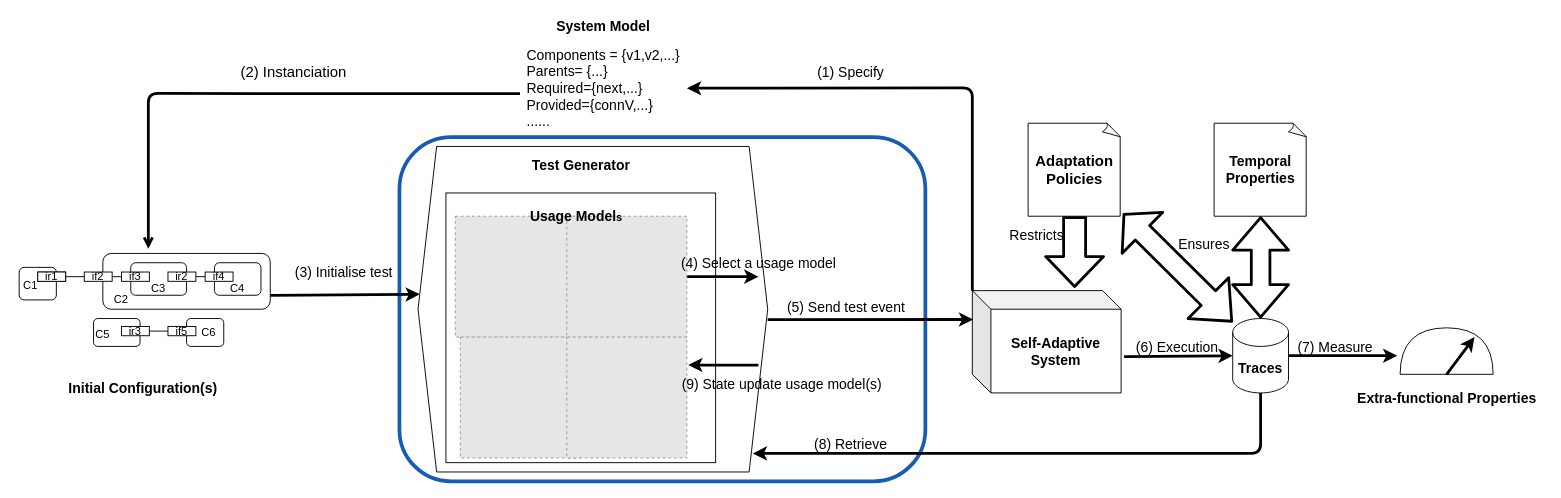
The draw.io diagram processphd.drawio in jpgros/site-web, before the edit. Source tidied: cells renumbered, new cells numbered last; positions are measured from the earlier drawing's top-left corner, leaving out a move shared by most shapes. Both pictures are drawn from the tidied source at 93%, with x=0, y=0 at pixel (15, 16). Pictures stored in the file or linked from it are replaced by grey dashed boxes.
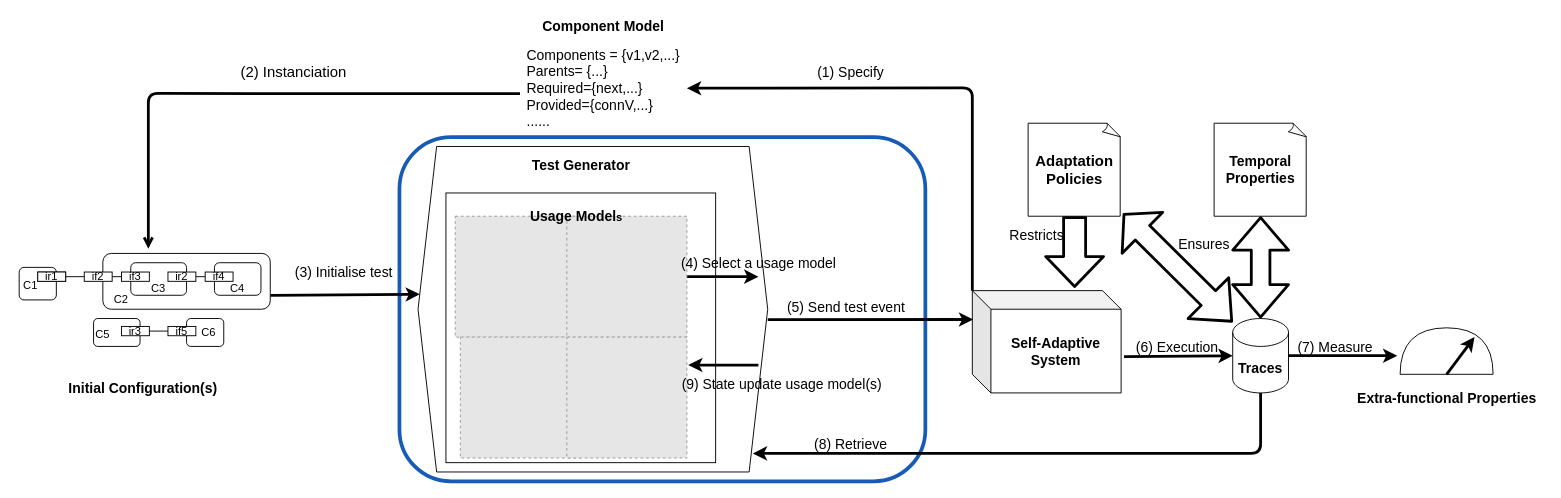
The same diagram, later.

Diff of the diagram source:
```diff
@@
-    <mxCell id="45" value="&lt;b&gt;&lt;font style=&quot;font-size: 15px&quot;&gt;System Model&lt;/font&gt;&lt;/b&gt;" style="text;html=1;align=center;verticalAlign=middle;" parent="1" vertex="1">
-      <mxGeometry x="577.1" width="110" height="20" as="geometry" />
+    <mxCell id="45" value="&lt;b&gt;&lt;font style=&quot;font-size: 15px&quot;&gt;Component Model&lt;/font&gt;&lt;/b&gt;" style="text;html=1;align=center;verticalAlign=middle;" parent="1" vertex="1">
+      <mxGeometry x="557.1" width="150" height="20" as="geometry" />
     </mxCell>
```
